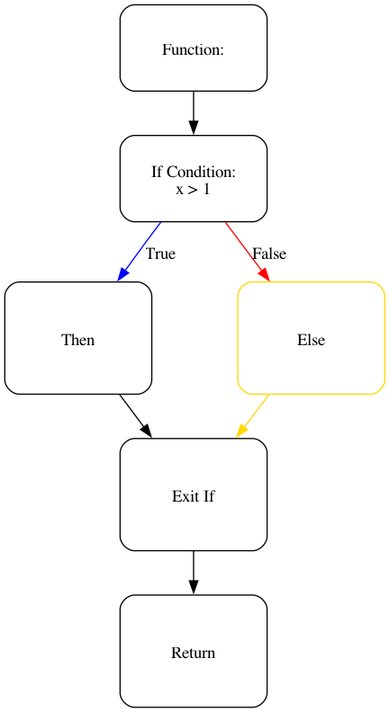
This is src/outfile.png from NicholasMicali/SimpleCFG, a Graphviz export, as it was before one commit. Its source is kept beside it as backend/outfile.dot.
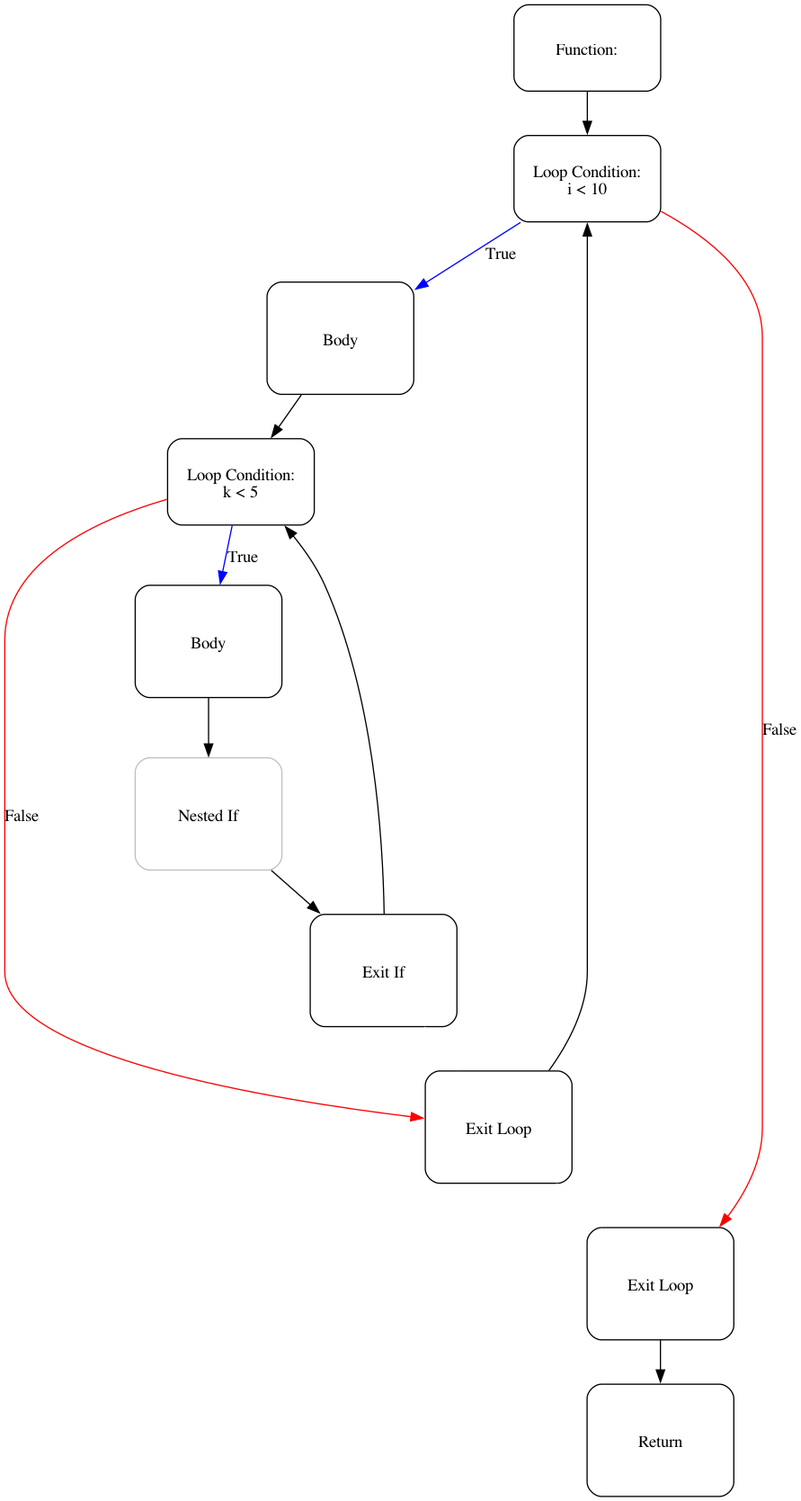
The same file after the commit.

Change to the diagram source:
```diff
@@ -1,19 +1,31 @@
 digraph G {
 splines=true
-Node [shape=rectangle, style=rounded, fixedsize=true, height=1.3, width=1.7]
+Node [shape=rectangle, style=rounded, fixedsize=false, height=1.3, width=1.7]
 nodesep=1;
 1 [height=1, label="Function:"]
 1 [label="Function:"]
-2 [height=1, label="If Condition:
-x > 1"]
-3 [label="Then"]
-4 [label="Else", color="gold"]
-5 [label="Exit If"]
-6 [label="Return"]
+2 [height=1, label="Loop Condition:
+i < 10"]
+3 [label="Body"]
+4 [height=1, label="Loop Condition:
+k < 5"]
+5 [label="Body"]
+6 [label="Nested If", color="grey"]
+7 [label="Exit If"]
+8 [label="Exit Loop"]
+9 [label="Exit Loop"]
+10 [label="Return"]
 1 -> 2
 2 -> 3 [label="True", color="blue"]
-2 -> 4 [label="False", color="red"]
-3 -> 5
-4 -> 5 [color="gold"]
+2 -> 9 [label="False", color="red"]
+3 -> 4
+4 -> 5 [label="True", color="blue"]
+4 -> 8 [label="False", color="red"]
 5 -> 6
+6 -> 7
+7 -> 8 [color="white"]
+8 -> 9 [color="white"]
+9 -> 10
+7 -> 4 []
+8 -> 2 []
 }
```
